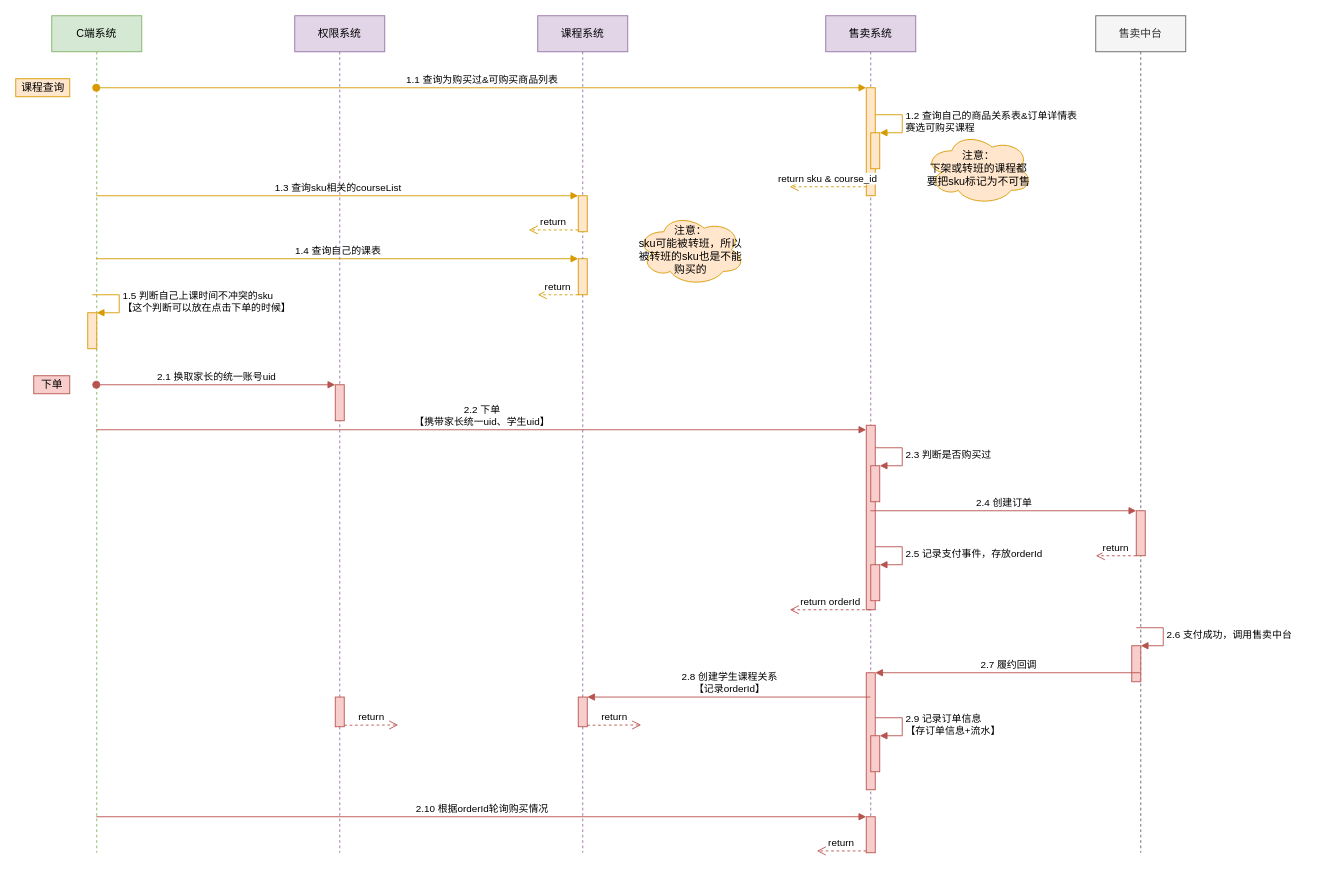
Earlier version of the draw.io diagram 330-整体流程-家长买课.drawio (wgyuuu/flow_chart). Source tidied: cells renumbered, new cells numbered last; positions are measured from the earlier drawing's top-left corner, leaving out a move shared by most shapes. Both pictures are drawn from the tidied source at 90%, with x=0, y=0 at pixel (15, 15).
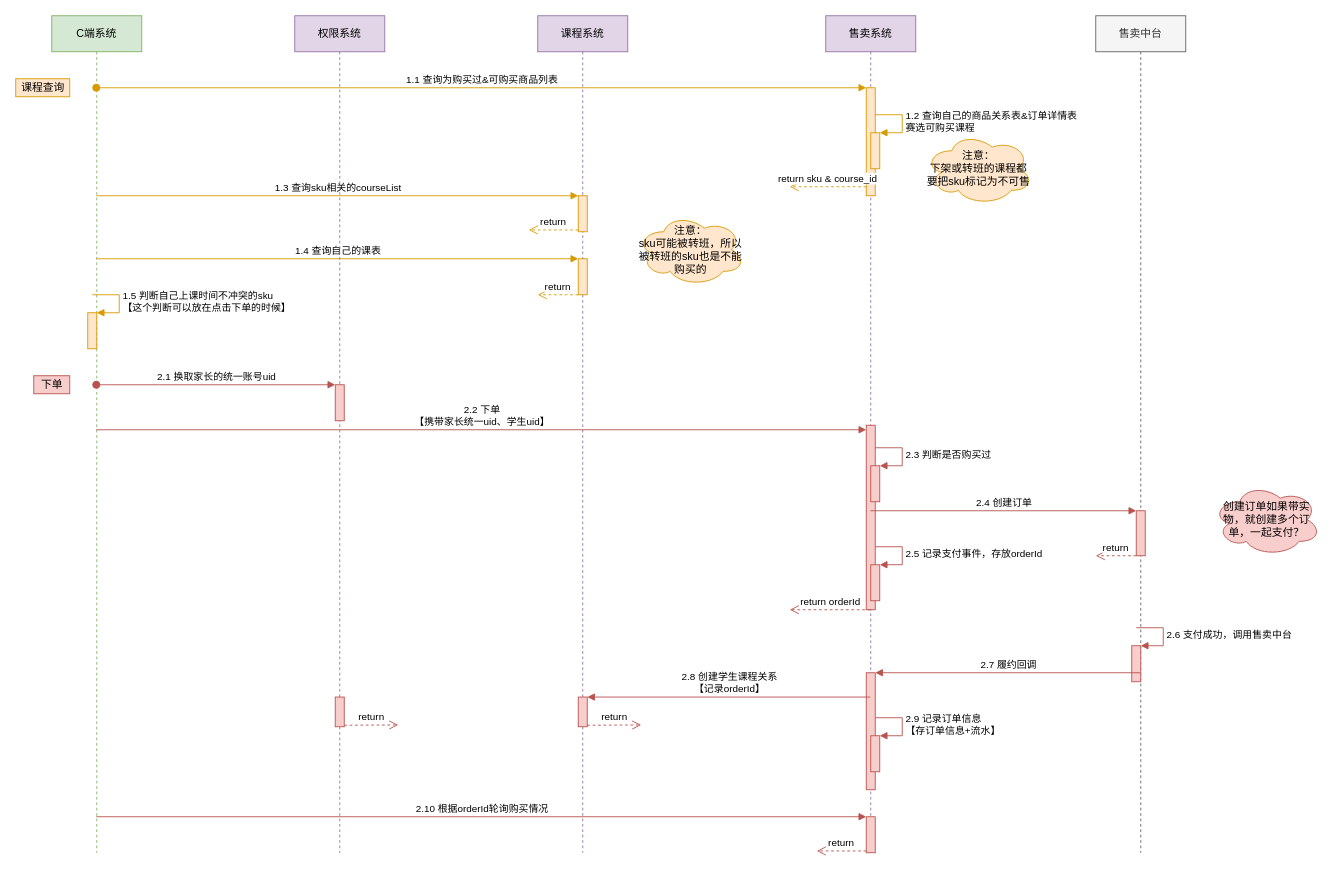
Above is the later version.

Commit message:
Update 330-整体流程-家长买课.drawio

Change to the diagram source:
```diff
@@
+    <mxCell id="50" value="创建订单如果带实物，就创建多个订单，一起支付？" style="ellipse;shape=cloud;whiteSpace=wrap;html=1;fillColor=#f8cecc;strokeColor=#b85450;" parent="1" vertex="1">
+      <mxGeometry x="1330" y="520" width="120" height="80" as="geometry" />
+    </mxCell>
```
